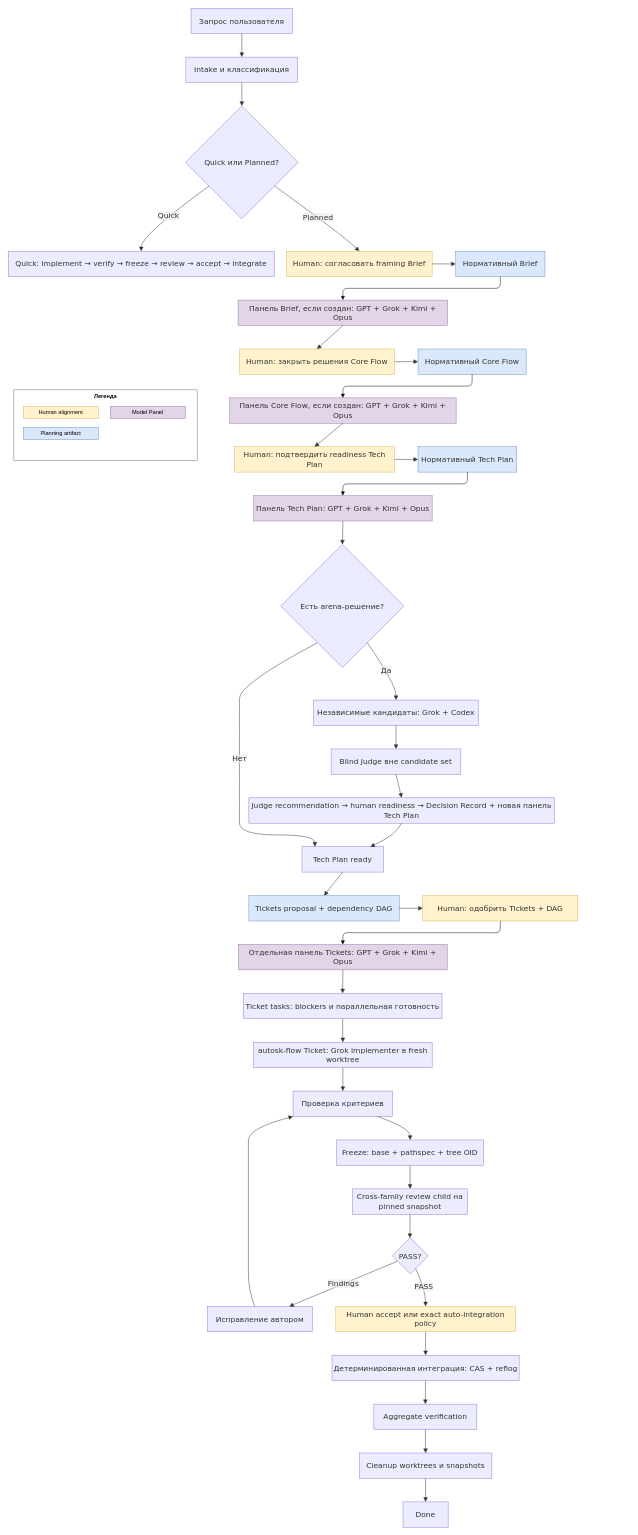
This is page "Workflow" (1 of 2) of diagrams/autosk-flow.drawio from Valeron2206/autosk-traycer-flow, a draw.io file, before an edit. Source tidied: cells renumbered, new cells numbered last; positions are measured from the earlier drawing's top-left corner, leaving out a move shared by most shapes. Both pictures are drawn from the tidied source at 47%, with x=0, y=0 at pixel (8, 8).
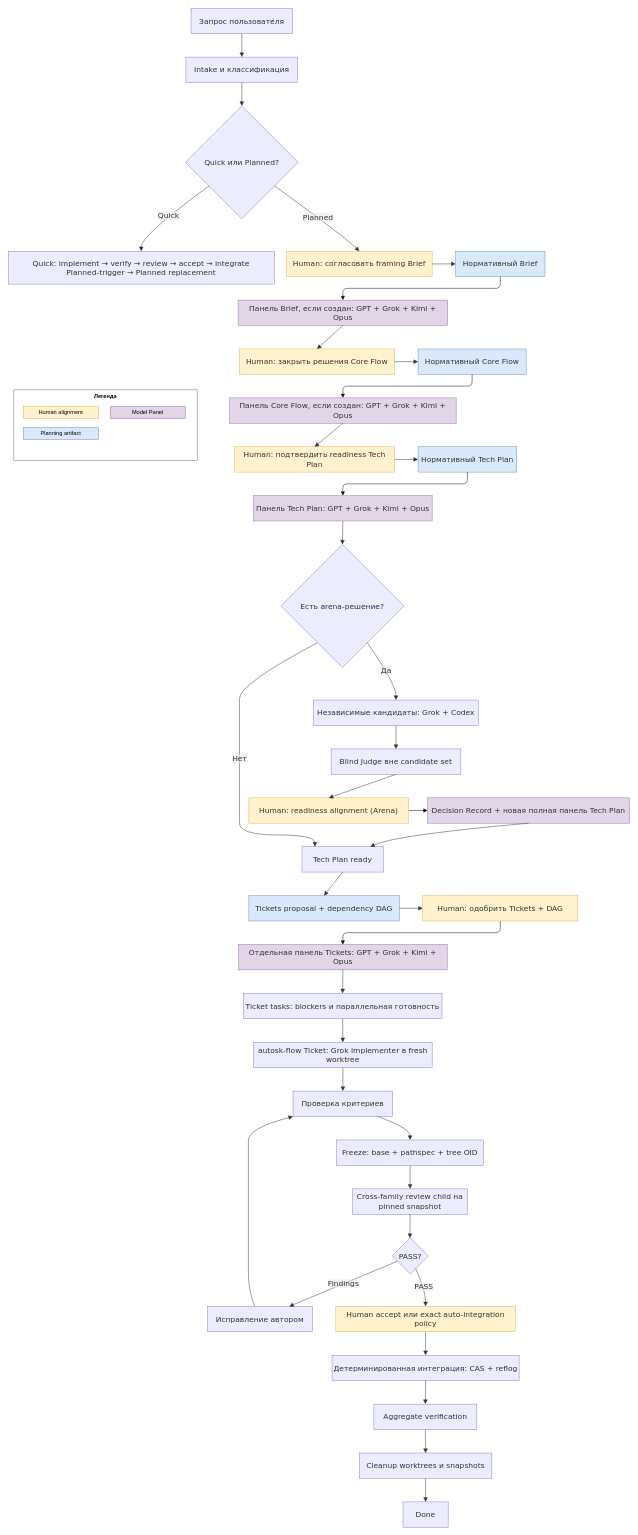
The same page after the edit.

Commit message (it also covers changes not shown here):
docs(flow): harden human authority gates

Unchanged cells that the change refers to:
```xml
<mxCell id="14" value="Blind Judge вне candidate set" style="html=1;whiteSpace=wrap;strokeWidth=1;fillColor=light-dark(#ECECFF,#1f2020);strokeColor=light-dark(#9370DB,#cccccc);fontColor=light-dark(#333333,#cccccc);fontFamily=Trebuchet MS,Verdana,Arial,sans-serif;fontSize=16;" parent="1" vertex="1">
  <mxGeometry x="687" y="1576" width="276" height="54" as="geometry" />
</mxCell>
```

The edit, as a diff of the source:
```diff
@@
-    <mxCell id="5" value="Quick: implement → verify → freeze → review → accept → integrate" style="html=1;whiteSpace=wrap;strokeWidth=1;fillColor=light-dark(#ECECFF,#1f2020);strokeColor=light-dark(#9370DB,#cccccc);fontColor=light-dark(#333333,#cccccc);fontFamily=Trebuchet MS,Verdana,Arial,sans-serif;fontSize=16;" parent="1" vertex="1">
-      <mxGeometry y="517" width="566" height="54" as="geometry" />
+    <mxCell id="5" value="Quick: implement → verify → review → accept → integrate&#10;Planned-trigger → Planned replacement" style="html=1;whiteSpace=wrap;strokeWidth=1;fillColor=light-dark(#ECECFF,#1f2020);strokeColor=light-dark(#9370DB,#cccccc);fontColor=light-dark(#333333,#cccccc);fontFamily=Trebuchet MS,Verdana,Arial,sans-serif;fontSize=16;" parent="1" vertex="1">
+      <mxGeometry y="517" width="566" height="70" as="geometry" />
     </mxCell>
@@
-    <mxCell id="15" value="Judge recommendation → human readiness → Decision Record + новая панель Tech Plan" style="html=1;whiteSpace=wrap;strokeWidth=1;fillColor=light-dark(#ECECFF,#1f2020);strokeColor=light-dark(#9370DB,#cccccc);fontColor=light-dark(#333333,#cccccc);fontFamily=Trebuchet MS,Verdana,Arial,sans-serif;fontSize=16;" parent="1" vertex="1">
-      <mxGeometry x="512" y="1680" width="650" height="54" as="geometry" />
+    <mxCell id="15" value="Decision Record + новая полная панель Tech Plan" style="html=1;whiteSpace=wrap;strokeWidth=1;fillColor=light-dark(#E1D5E7,#33283a);strokeColor=light-dark(#9673A6,#9673a6);fontColor=light-dark(#333333,#f0f0f0);fontFamily=Trebuchet MS,Verdana,Arial,sans-serif;fontSize=16;" parent="1" vertex="1">
+      <mxGeometry x="892" y="1680" width="430" height="54" as="geometry" />
     </mxCell>
@@
+    <mxCell id="73" value="Human: readiness alignment (Arena)" style="html=1;whiteSpace=wrap;strokeWidth=1;fillColor=light-dark(#FFF2CC,#3b3420);strokeColor=light-dark(#D6B656,#d6b656);fontColor=light-dark(#333333,#f0f0f0);fontFamily=Trebuchet MS,Verdana,Arial,sans-serif;fontSize=16;" parent="1" vertex="1">
+      <mxGeometry x="512" y="1680" width="340" height="54" as="geometry" />
+    </mxCell>
@@
-    <mxCell id="54" style="curved=1;startArrow=none;endArrow=block;endSize=7;strokeColor=light-dark(#333333,#cccccc);exitX=0.5;exitY=1;entryX=0.5;entryY=0;" parent="1" edge="1" source="14" target="15">
+    <mxCell id="54" style="curved=1;startArrow=none;endArrow=block;endSize=7;strokeColor=light-dark(#333333,#cccccc);exitX=0.5;exitY=1;entryX=0.5;entryY=0;" parent="1" edge="1" source="14" target="73">
       <mxGeometry relative="1" as="geometry" />
     </mxCell>
+    <mxCell id="74" style="edgeStyle=orthogonalEdgeStyle;rounded=1;jettySize=auto;html=1;endArrow=block;endFill=1;exitX=1;exitY=0.5;entryX=0;entryY=0.5;" parent="1" edge="1" source="73" target="15">
+      <mxGeometry relative="1" as="geometry" />
+    </mxCell>
```
